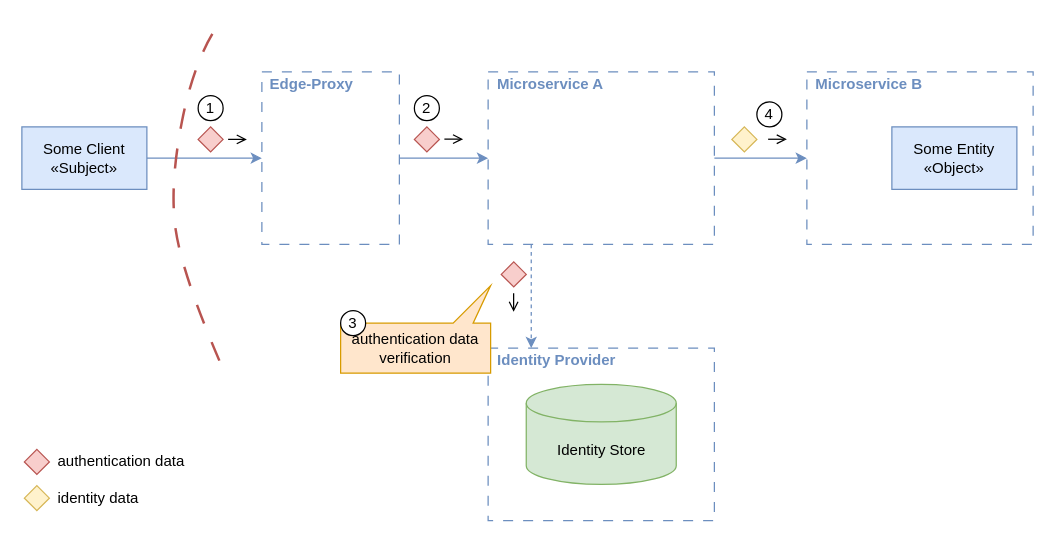
Before: assets/Simple_Service_Level_Identity_Forwarding.drawio in dadrus/CheatSheetSeries, a draw.io diagram. Source tidied: cells renumbered, new cells numbered last; positions are measured from the earlier drawing's top-left corner, leaving out a move shared by most shapes. Both pictures are drawn from the tidied source at 125%, with x=0, y=0 at pixel (21, 22).
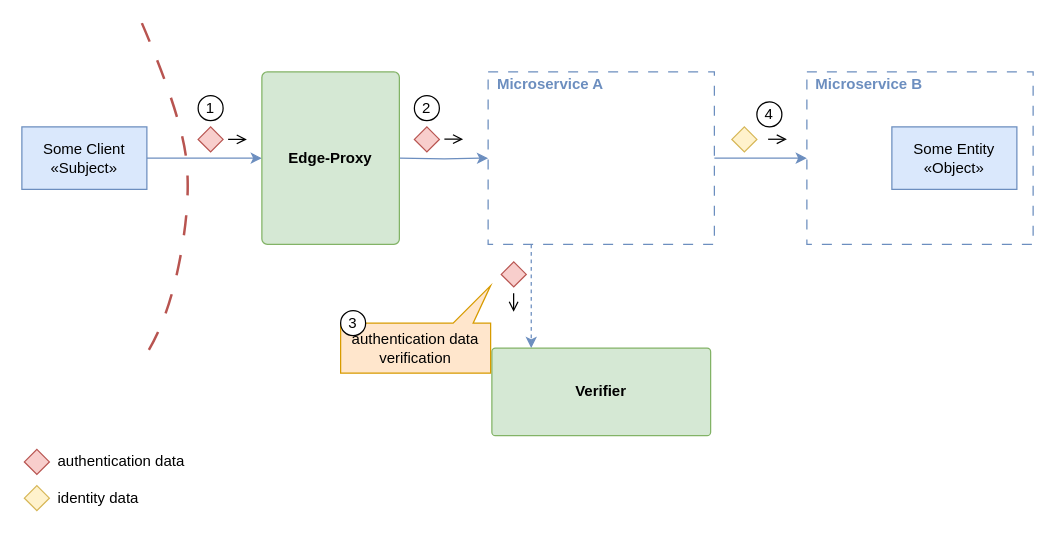
The same diagram, later.

Unchanged cells that the change refers to:
```xml
<mxCell id="5" style="rounded=0;whiteSpace=wrap;html=1;fillColor=none;strokeColor=#6c8ebf;dashed=1;dashPattern=8 8;" parent="1" vertex="1">
  <mxGeometry x="373" y="39" width="181" height="138" as="geometry" />
</mxCell>
<mxCell id="17" value="Some Client&lt;br&gt;«Subject»" style="rounded=0;whiteSpace=wrap;html=1;fillColor=#dae8fc;strokeColor=#6c8ebf;" parent="1" vertex="1">
  <mxGeometry y="83" width="100" height="50" as="geometry" />
</mxCell>
```

The edit, as a diff of the source:
```diff
@@
-    <mxCell id="2" style="rounded=0;whiteSpace=wrap;html=1;fillColor=none;strokeColor=#6c8ebf;dashed=1;dashPattern=8 8;" parent="1" vertex="1">
-      <mxGeometry x="373" y="260" width="181" height="138" as="geometry" />
-    </mxCell>
+    <mxCell id="35" value="&lt;b&gt;Verifier&lt;/b&gt;" style="rounded=1;whiteSpace=wrap;html=1;fillColor=#d5e8d4;strokeColor=#82b366;arcSize=4;" parent="1" vertex="1">
+      <mxGeometry x="376" y="260" width="175" height="70" as="geometry" />
+    </mxCell>
@@
-    <mxCell id="11" style="edgeStyle=orthogonalEdgeStyle;rounded=0;jettySize=auto;html=1;entryX=0;entryY=0.5;entryDx=0;entryDy=0;fillColor=#dae8fc;strokeColor=#6c8ebf;" parent="1" edge="1" source="12" target="5">
-      <mxGeometry relative="1" as="geometry" />
+    <mxCell id="11" style="edgeStyle=orthogonalEdgeStyle;rounded=0;jettySize=auto;html=1;entryX=0;entryY=0.5;entryDx=0;entryDy=0;fillColor=#dae8fc;strokeColor=#6c8ebf;" parent="1" edge="1" target="5">
+      <mxGeometry relative="1" as="geometry">
+        <mxPoint x="302" y="108" as="sourcePoint" />
+      </mxGeometry>
     </mxCell>
-    <mxCell id="12" style="rounded=0;whiteSpace=wrap;html=1;fillColor=none;strokeColor=#6c8ebf;dashed=1;dashPattern=8 8;" parent="1" vertex="1">
-      <mxGeometry x="192" y="39" width="110" height="138" as="geometry" />
-    </mxCell>
-    <mxCell id="13" value="Edge-Proxy" style="text;html=1;align=center;verticalAlign=middle;whiteSpace=wrap;rounded=0;fillColor=none;fontColor=#6C8EBF;fontStyle=1;" parent="1" vertex="1">
-      <mxGeometry x="192" y="39" width="80" height="19" as="geometry" />
-    </mxCell>
-    <mxCell id="14" style="endArrow=classic;html=1;rounded=0;entryX=0;entryY=0.5;entryDx=0;entryDy=0;exitX=1;exitY=0.5;exitDx=0;exitDy=0;fillColor=#dae8fc;strokeColor=#6c8ebf;" parent="1" edge="1" source="17" target="12">
-      <mxGeometry relative="1" as="geometry" />
+    <mxCell id="14" style="endArrow=classic;html=1;rounded=0;entryX=0;entryY=0.5;entryDx=0;entryDy=0;exitX=1;exitY=0.5;exitDx=0;exitDy=0;fillColor=#dae8fc;strokeColor=#6c8ebf;" parent="1" edge="1" source="17">
+      <mxGeometry relative="1" as="geometry">
+        <mxPoint x="192" y="108" as="targetPoint" />
+      </mxGeometry>
     </mxCell>
@@
-    <mxCell id="19" value="Identity Store" style="shape=cylinder3;whiteSpace=wrap;html=1;boundedLbl=1;backgroundOutline=1;size=15;fillColor=#d5e8d4;strokeColor=#82b366;" parent="1" vertex="1">
-      <mxGeometry x="403.5" y="289" width="120" height="80" as="geometry" />
-    </mxCell>
-    <mxCell id="20" value="Identity Provider" style="text;html=1;align=center;verticalAlign=middle;whiteSpace=wrap;rounded=0;fillColor=none;fontColor=#6C8EBF;fontStyle=1;" parent="1" vertex="1">
-      <mxGeometry x="373" y="260" width="110" height="19" as="geometry" />
-    </mxCell>
@@
     <mxCell id="34" style="curved=1;endArrow=none;html=1;rounded=0;dashed=1;dashPattern=8 8;startFill=0;fillColor=#f8cecc;strokeColor=#b85450;startSize=9;endSize=8;strokeWidth=2;" parent="1" edge="1">
       <mxGeometry relative="1" as="geometry">
-        <mxPoint x="158" y="270" as="sourcePoint" />
-        <mxPoint x="158" as="targetPoint" />
+        <mxPoint x="96" as="sourcePoint" />
+        <mxPoint x="96" y="270" as="targetPoint" />
         <Array as="points">
-          <mxPoint x="128" y="200" />
-          <mxPoint x="118" y="130" />
-          <mxPoint x="138" y="28" />
+          <mxPoint x="126" y="70" />
+          <mxPoint x="136" y="140" />
+          <mxPoint x="116" y="242" />
         </Array>
       </mxGeometry>
     </mxCell>
+    <mxCell id="13" value="&lt;b&gt;Edge-Proxy&lt;/b&gt;" style="rounded=1;whiteSpace=wrap;html=1;fillColor=#d5e8d4;strokeColor=#82b366;arcSize=4;" parent="1" vertex="1">
+      <mxGeometry x="192" y="39" width="110" height="138" as="geometry" />
+    </mxCell>
```
